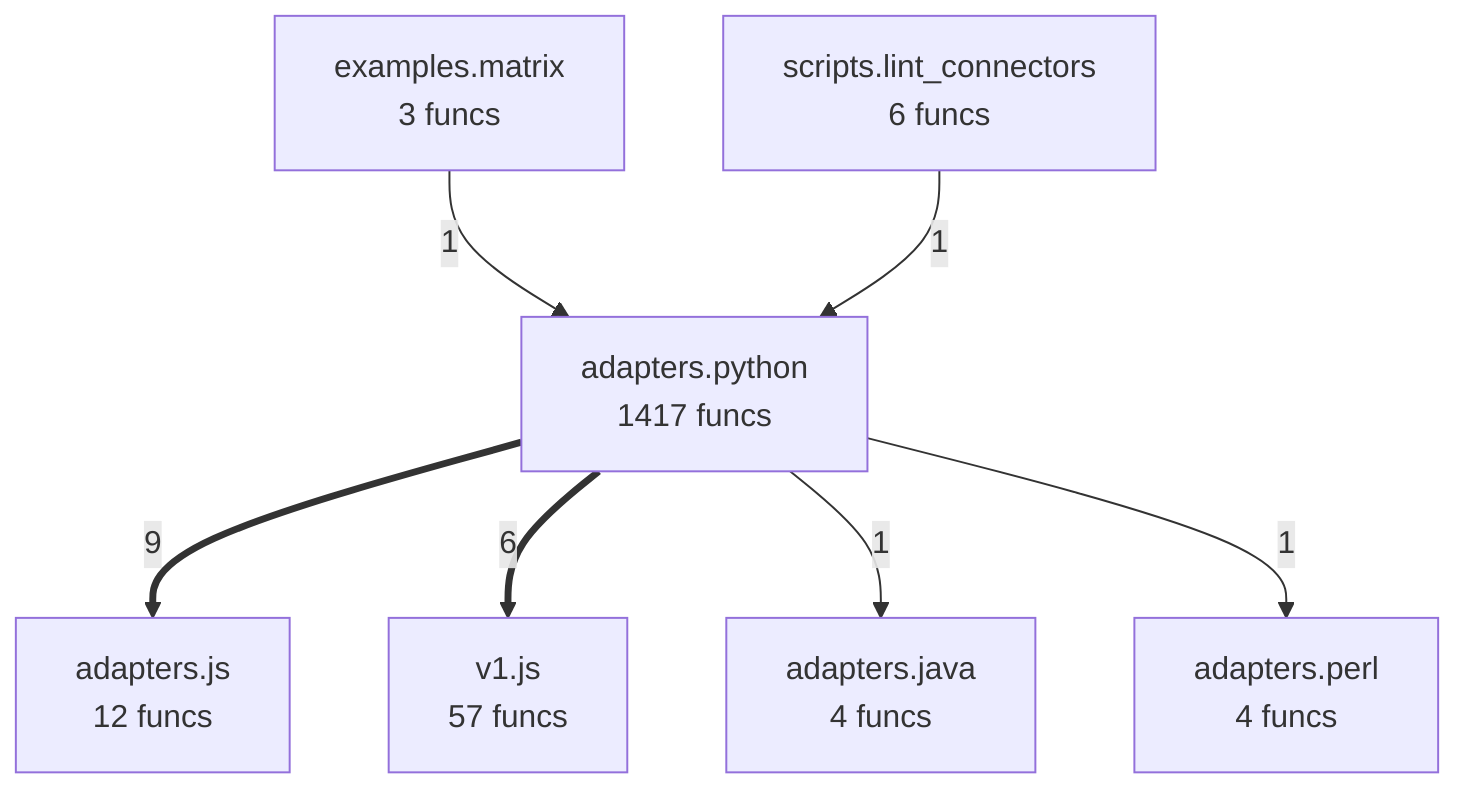
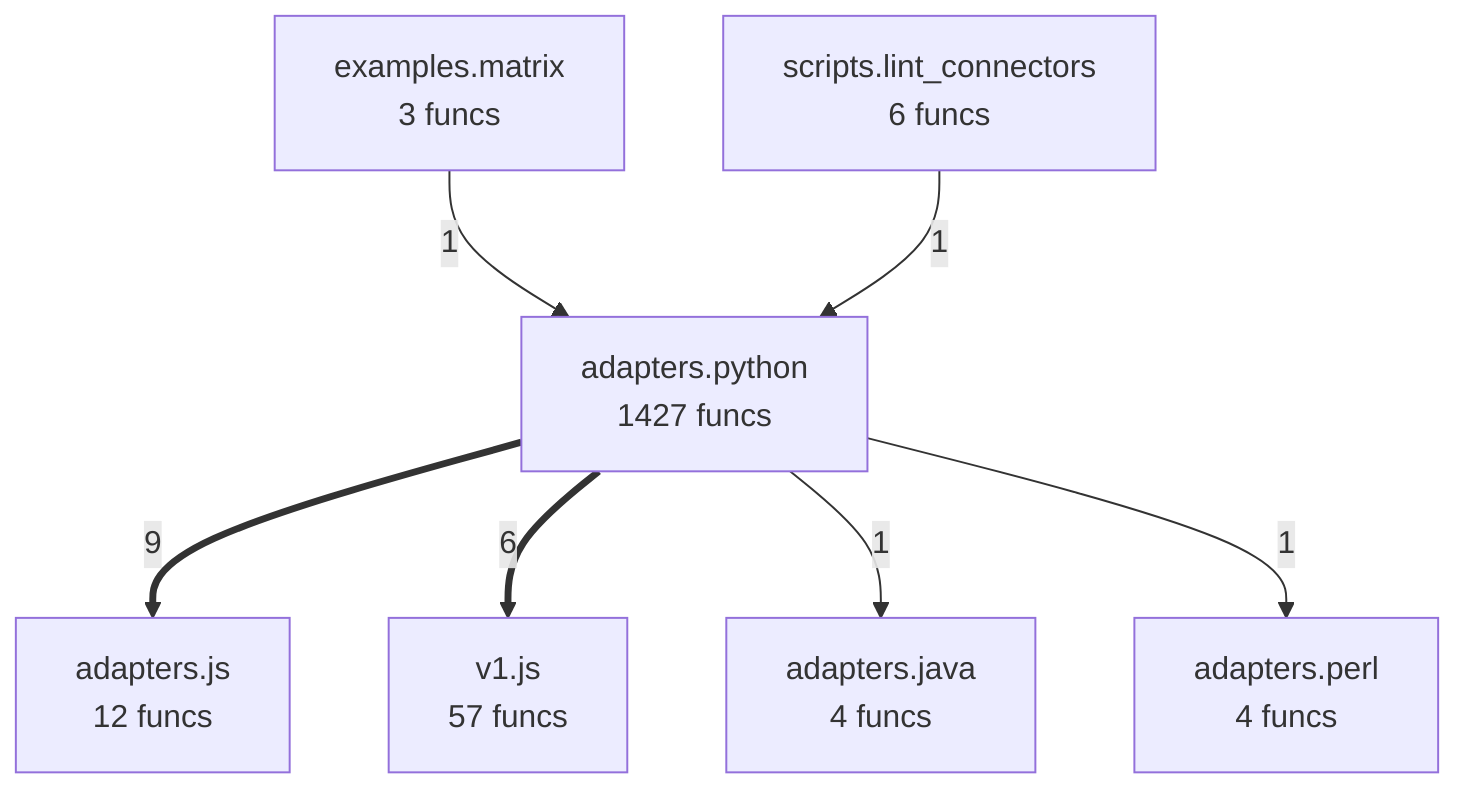
flowchart TD
- %% generated in 0.06s
+ %% generated in 0.04s
    adapters__java["adapters.java<br/>4 funcs"]
    adapters__js["adapters.js<br/>12 funcs"]
    adapters__perl["adapters.perl<br/>4 funcs"]
-     adapters__python["adapters.python<br/>1417 funcs"]
+     adapters__python["adapters.python<br/>1427 funcs"]
    examples__matrix["examples.matrix<br/>3 funcs"]
    scripts__lint_connectors["scripts.lint_connectors<br/>6 funcs"]
    v1__js["v1.js<br/>57 funcs"]
    adapters__python ==>|9| adapters__js
    adapters__python ==>|6| v1__js
    examples__matrix -->|1| adapters__python
    scripts__lint_connectors -->|1| adapters__python
    adapters__python -->|1| adapters__java
    adapters__python -->|1| adapters__perl
